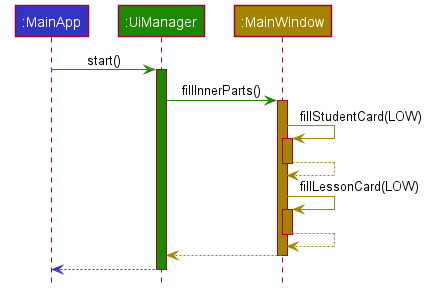
Earlier version of the PlantUML export docs/images/CardUiSequenceLaunch.png (ErnestCuong/tp).
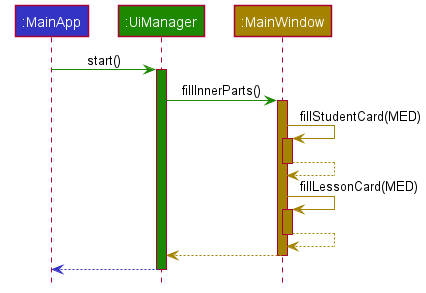
Above is the later version.

The edit, as a diff of the source:
```diff
@@ -12,12 +12,12 @@
 ui -[UI_COLOR]> mainWin : fillInnerParts()
 activate mainWin STORAGE_COLOR
 
-mainWin -[STORAGE_COLOR]> mainWin: fillStudentCard(LOW)
+mainWin -[STORAGE_COLOR]> mainWin: fillStudentCard(MED)
 activate mainWin STORAGE_COLOR
 mainWin --[STORAGE_COLOR]> mainWin
 deactivate mainWin STORAGE_COLOR
 
-mainWin -[STORAGE_COLOR]> mainWin: fillLessonCard(LOW)
+mainWin -[STORAGE_COLOR]> mainWin: fillLessonCard(MED)
 activate mainWin STORAGE_COLOR
 mainWin --[STORAGE_COLOR]> mainWin
 deactivate mainWin STORAGE_COLOR
```
